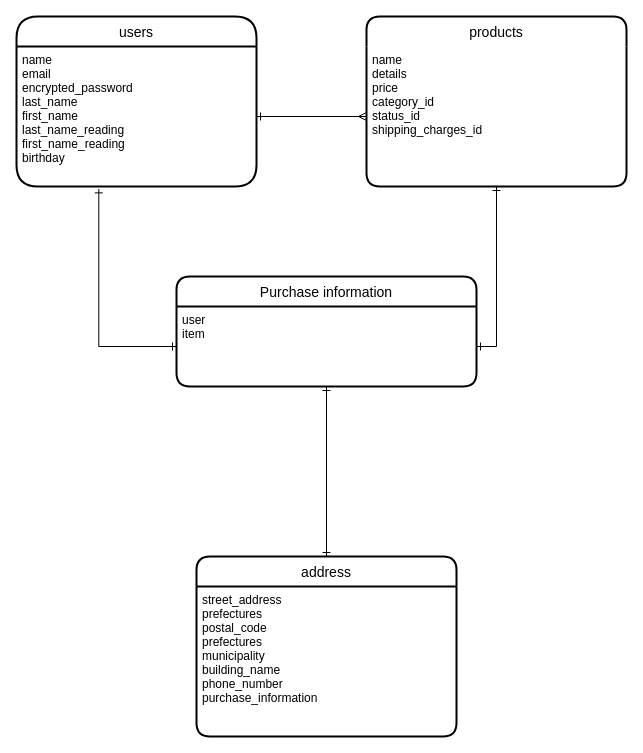
Before: furima29603.dio in mugineko28/furima-29603, a draw.io diagram. Source tidied: cells renumbered, new cells numbered last; positions are measured from the earlier drawing's top-left corner, leaving out a move shared by most shapes. Both pictures are drawn from the tidied source at 100%, with x=0, y=0 at pixel (16, 16).
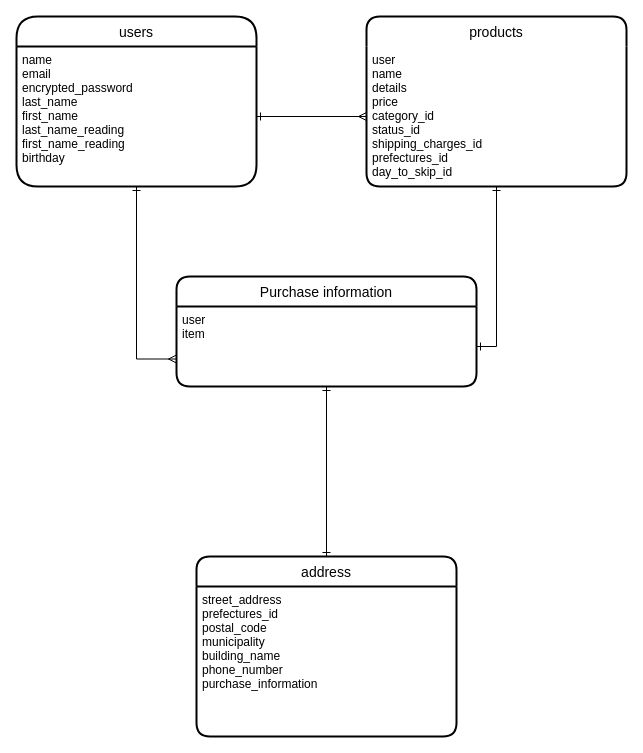
Above is the later version.

Commit message (it also covers changes not shown here):
テーブル設計（修正５）

What changed in the source:
```diff
@@
 <mxGraphModel>
   <root>
     <mxCell id="0" />
     <mxCell id="1" parent="0" />
     <mxCell id="2" value="users" style="swimlane;horizontal=1;startSize=30;rounded=1;fontSize=14;fontStyle=0;strokeWidth=2;shadow=0;dashed=0;align=center;arcSize=24;" parent="1" vertex="1">
       <mxGeometry width="240" height="170" as="geometry" />
     </mxCell>
     <mxCell id="3" value="name&#10;email&#10;encrypted_password&#10;last_name&#10;first_name&#10;last_name_reading&#10;first_name_reading&#10;birthday&#10;" style="align=left;strokeColor=none;fillColor=none;spacingLeft=4;fontSize=12;verticalAlign=top;" parent="2" vertex="1">
       <mxGeometry y="30" width="240" height="140" as="geometry" />
     </mxCell>
     <mxCell id="4" value="products" style="swimlane;horizontal=1;startSize=30;rounded=1;fontSize=14;fontStyle=0;strokeWidth=2;shadow=0;dashed=0;align=center;swimlaneLine=0;" parent="1" vertex="1">
       <mxGeometry x="350" width="260" height="170" as="geometry" />
     </mxCell>
-    <mxCell id="5" value="name&#10;details&#10;price&#10;category_id&#10;status_id&#10;shipping_charges_id&#10;&#10;&#10;" style="align=left;strokeColor=none;fillColor=none;spacingLeft=4;fontSize=12;verticalAlign=top;" parent="4" vertex="1">
+    <mxCell id="5" value="user&#10;name&#10;details&#10;price&#10;category_id&#10;status_id&#10;shipping_charges_id&#10;prefectures_id&#10;day_to_skip_id&#10;&#10;" style="align=left;strokeColor=none;fillColor=none;spacingLeft=4;fontSize=12;verticalAlign=top;" parent="4" vertex="1">
       <mxGeometry y="30" width="260" height="140" as="geometry" />
     </mxCell>
     <mxCell id="6" value="address" style="swimlane;horizontal=1;startSize=30;rounded=1;fontSize=14;fontStyle=0;strokeWidth=2;shadow=0;dashed=0;align=center;" parent="1" vertex="1">
       <mxGeometry x="180" y="540" width="260" height="180" as="geometry" />
     </mxCell>
-    <mxCell id="7" value="street_address&#10;prefectures&#10;postal_code&#10;prefectures&#10;municipality&#10;building_name&#10;phone_number&#10;purchase_information " style="align=left;strokeColor=none;fillColor=none;spacingLeft=4;fontSize=12;verticalAlign=top;" parent="6" vertex="1">
+    <mxCell id="7" value="street_address&#10;prefectures_id&#10;postal_code&#10;municipality&#10;building_name&#10;phone_number&#10;purchase_information " style="align=left;strokeColor=none;fillColor=none;spacingLeft=4;fontSize=12;verticalAlign=top;" parent="6" vertex="1">
       <mxGeometry y="30" width="260" height="150" as="geometry" />
     </mxCell>
     <mxCell id="8" value="Purchase information" style="swimlane;horizontal=1;startSize=30;rounded=1;fontSize=14;fontStyle=0;strokeWidth=2;shadow=0;dashed=0;align=center;" parent="1" vertex="1">
       <mxGeometry x="160" y="260" width="300" height="110" as="geometry" />
     </mxCell>
     <mxCell id="9" value="user&#10;item" style="align=left;strokeColor=none;fillColor=none;spacingLeft=4;fontSize=12;verticalAlign=top;" parent="8" vertex="1">
       <mxGeometry y="30" width="300" height="80" as="geometry" />
     </mxCell>
     <mxCell id="10" style="edgeStyle=orthogonalEdgeStyle;rounded=0;jettySize=auto;html=1;entryX=0;entryY=0.5;entryDx=0;entryDy=0;startArrow=ERone;startFill=0;endArrow=ERmany;endFill=0;strokeWidth=1;fillColor=#FFFF00;" parent="1" edge="1" source="3" target="5">
       <mxGeometry relative="1" as="geometry" />
     </mxCell>
     <mxCell id="11" style="edgeStyle=orthogonalEdgeStyle;rounded=0;jettySize=auto;html=1;startArrow=ERone;startFill=0;endArrow=ERone;endFill=0;strokeWidth=1;fillColor=#FFFF00;entryX=0.5;entryY=0;entryDx=0;entryDy=0;" parent="1" edge="1" source="9" target="6">
       <mxGeometry relative="1" as="geometry" />
     </mxCell>
     <mxCell id="12" style="edgeStyle=orthogonalEdgeStyle;rounded=0;jettySize=auto;html=1;exitX=1;exitY=0.5;exitDx=0;exitDy=0;entryX=0.5;entryY=1;entryDx=0;entryDy=0;startArrow=ERone;startFill=0;endArrow=ERone;endFill=0;strokeWidth=1;fillColor=#FFFF00;" parent="1" edge="1" source="9" target="5">
       <mxGeometry relative="1" as="geometry" />
     </mxCell>
-    <mxCell id="13" style="edgeStyle=orthogonalEdgeStyle;rounded=0;jettySize=auto;html=1;exitX=0;exitY=0.5;exitDx=0;exitDy=0;startArrow=ERone;startFill=0;endArrow=ERone;endFill=0;strokeWidth=1;fillColor=#FFFF00;entryX=0.343;entryY=1.017;entryDx=0;entryDy=0;entryPerimeter=0;" parent="1" edge="1" source="9" target="3">
-      <mxGeometry relative="1" as="geometry" />
-    </mxCell>
+    <mxCell id="14" style="edgeStyle=orthogonalEdgeStyle;rounded=0;jettySize=auto;html=1;entryX=0;entryY=0.75;entryDx=0;entryDy=0;startArrow=ERone;startFill=0;endArrow=ERmany;endFill=0;strokeWidth=1;fillColor=#FFFF00;" parent="1" edge="1" source="3" target="8">
+      <mxGeometry relative="1" as="geometry" />
+    </mxCell>
   </root>
 </mxGraphModel>
```
